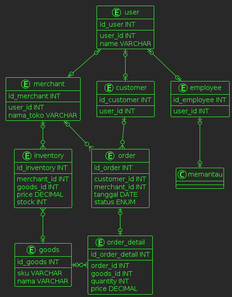
Before: out/abucom_erd/abucom2-2.png, a diagram exported from PlantUML (kaattuu/abucom_erd). The source it was exported from:
```plantuml
@startuml
!theme crt-green

entity user {
    id_user INT
    --
    user_id INT
    name VARCHAR
}

entity merchant {
    id_merchant INT
    --
    user_id INT
    nama_toko VARCHAR
}

entity customer {
    id_customer INT
    --
    user_id INT
}

entity employee {
    id_employee INT
    --
    user_id INT
}

entity inventory {
    id_inventory INT
    --
    merchant_id INT
    goods_id INT
    price DECIMAL
    stock INT
}

entity order {
    id_order INT
    --
    customer_id INT
    merchant_id INT
    tanggal DATE
    status ENUM
}

entity order_detail {
    id_order_detail INT
    --
    order_id INT
    goods_id INT
    quantity INT
    price DECIMAL
}

entity goods {
    id_goods INT
    --
    sku VARCHAR
    nama VARCHAR
}




user |o--o| merchant
user |o--o| customer
user |o--o| employee


merchant |o--o{ inventory
merchant |o--o{ order
customer |o--o{ order
employee |o--o| memantau


order |o--o| order_detail


inventory }o--o| goods


goods |o-o{ order_detail



@enduml
```
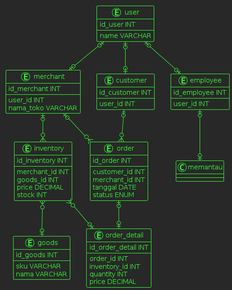
Later version of the same file.

Diff of the diagram source:
```diff
@@ -4,7 +4,6 @@
 entity user {
     id_user INT
     --
-    user_id INT
     name VARCHAR
 }
 
@@ -49,7 +48,7 @@
     id_order_detail INT
     --
     order_id INT
-    goods_id INT
+    inventory_id INT
     quantity INT
     price DECIMAL
 }
@@ -79,9 +78,9 @@
 
 
 inventory }o--o| goods
+inventory }o--o| order_detail
 
 
-goods |o-o{ order_detail
 
 
 
```
